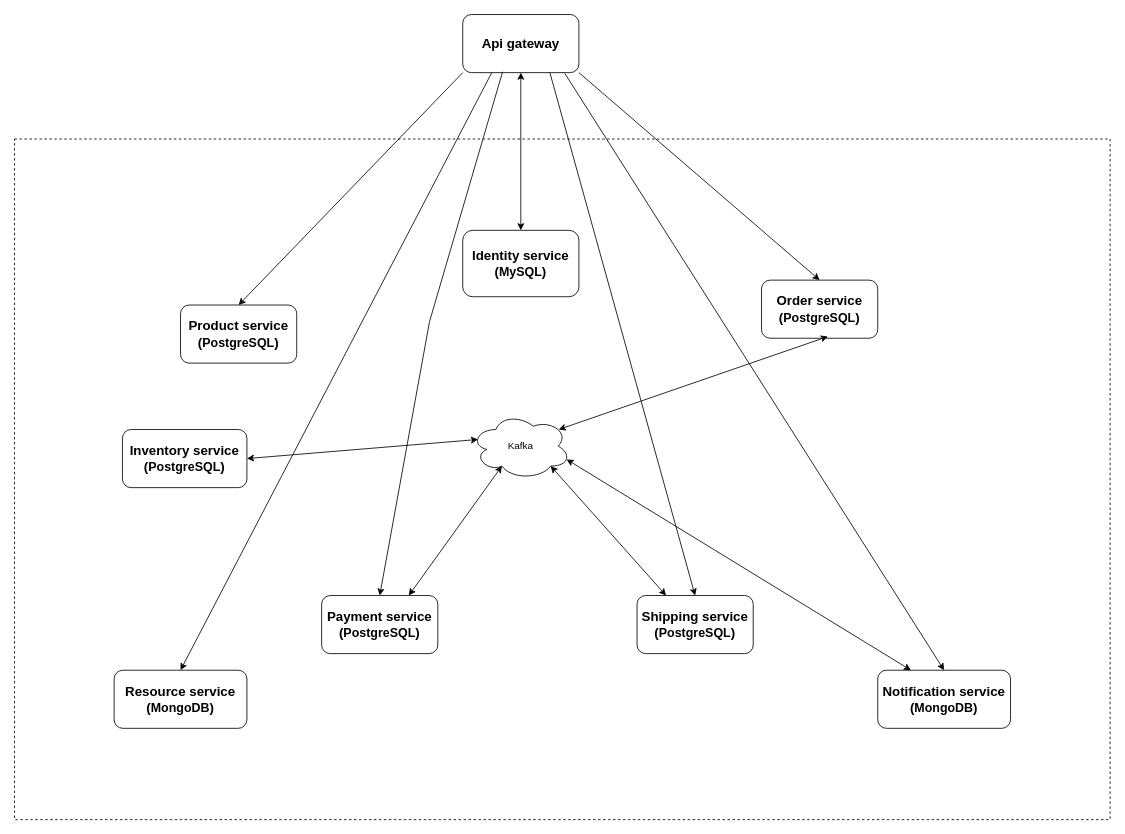
Before: page "Microservice tructure" (1 of 7) of Microservice_clothing_shop.drawio in hoang2912002/e-commerce, a draw.io diagram. Source tidied: cells renumbered, new cells numbered last; positions are measured from the earlier drawing's top-left corner, leaving out a move shared by most shapes. Both pictures are drawn from the tidied source at 83%, with x=0, y=0 at pixel (14, 14).
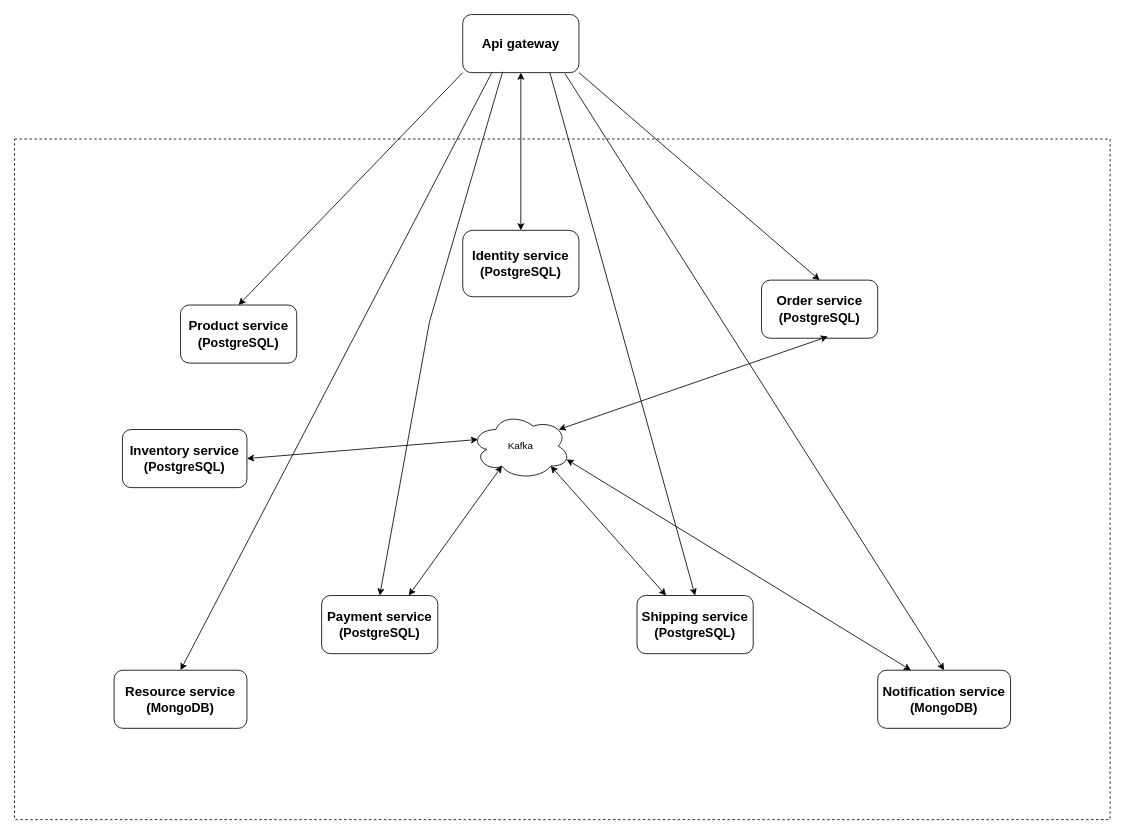
The same page after the edit.

Change to the diagram source:
```diff
@@
-    <mxCell id="3" value="&lt;b&gt;&lt;font style=&quot;font-size: 16px;&quot;&gt;Identity service&lt;/font&gt;&lt;/b&gt;&lt;div&gt;&lt;b&gt;&lt;font style=&quot;font-size: 16px;&quot;&gt;(&lt;/font&gt;&lt;/b&gt;&lt;span style=&quot;background-color: transparent; color: light-dark(rgb(0, 0, 0), rgb(255, 255, 255));&quot;&gt;&lt;font style=&quot;font-size: 15px;&quot;&gt;&lt;b&gt;MySQL&lt;/b&gt;&lt;/font&gt;&lt;/span&gt;&lt;b style=&quot;background-color: transparent; color: light-dark(rgb(0, 0, 0), rgb(255, 255, 255));&quot;&gt;&lt;font style=&quot;font-size: 16px;&quot;&gt;)&lt;/font&gt;&lt;/b&gt;&lt;/div&gt;" style="rounded=1;whiteSpace=wrap;html=1;" parent="1" vertex="1">
+    <mxCell id="3" value="&lt;b&gt;&lt;font style=&quot;font-size: 16px;&quot;&gt;Identity service&lt;/font&gt;&lt;/b&gt;&lt;div&gt;&lt;b&gt;&lt;font style=&quot;font-size: 16px;&quot;&gt;(&lt;/font&gt;&lt;/b&gt;&lt;span style=&quot;background-color: transparent; color: light-dark(rgb(0, 0, 0), rgb(255, 255, 255));&quot;&gt;&lt;font style=&quot;font-size: 15px;&quot;&gt;&lt;b&gt;PostgreSQL&lt;/b&gt;&lt;/font&gt;&lt;/span&gt;&lt;b style=&quot;background-color: transparent; color: light-dark(rgb(0, 0, 0), rgb(255, 255, 255));&quot;&gt;&lt;font style=&quot;font-size: 16px;&quot;&gt;)&lt;/font&gt;&lt;/b&gt;&lt;/div&gt;" style="rounded=1;whiteSpace=wrap;html=1;" parent="1" vertex="1">
       <mxGeometry x="540" y="260" width="140" height="80" as="geometry" />
     </mxCell>
```
